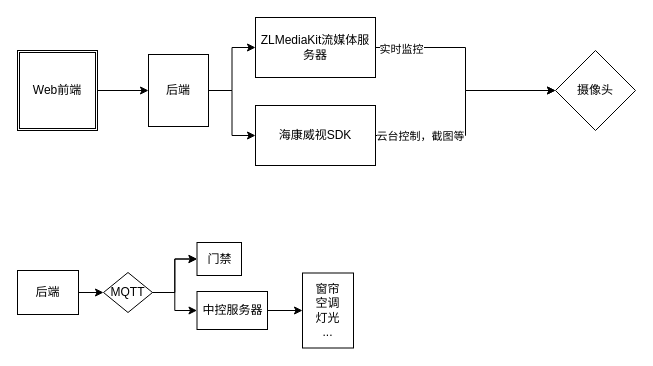
The draw.io diagram 未命名绘图.drawio in nullptr0xf/drawio, before the edit. Source tidied: cells renumbered, new cells numbered last; positions are measured from the earlier drawing's top-left corner, leaving out a move shared by most shapes. Both pictures are drawn from the tidied source at 100%, with x=0, y=0 at pixel (17, 17).
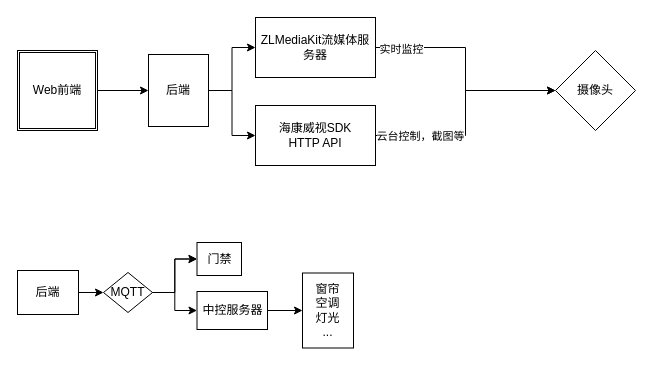
Above is the later version.

The edit, as a diff of the source:
```diff
@@
-    <mxCell id="12" value="海康威视SDK" style="rounded=0;whiteSpace=wrap;html=1;" parent="1" vertex="1">
+    <mxCell id="12" value="海康威视SDK&lt;div&gt;&lt;div&gt;HTTP API&lt;/div&gt;&lt;/div&gt;" style="rounded=0;whiteSpace=wrap;html=1;" parent="1" vertex="1">
       <mxGeometry x="238" y="88" width="120" height="60" as="geometry" />
     </mxCell>
```
